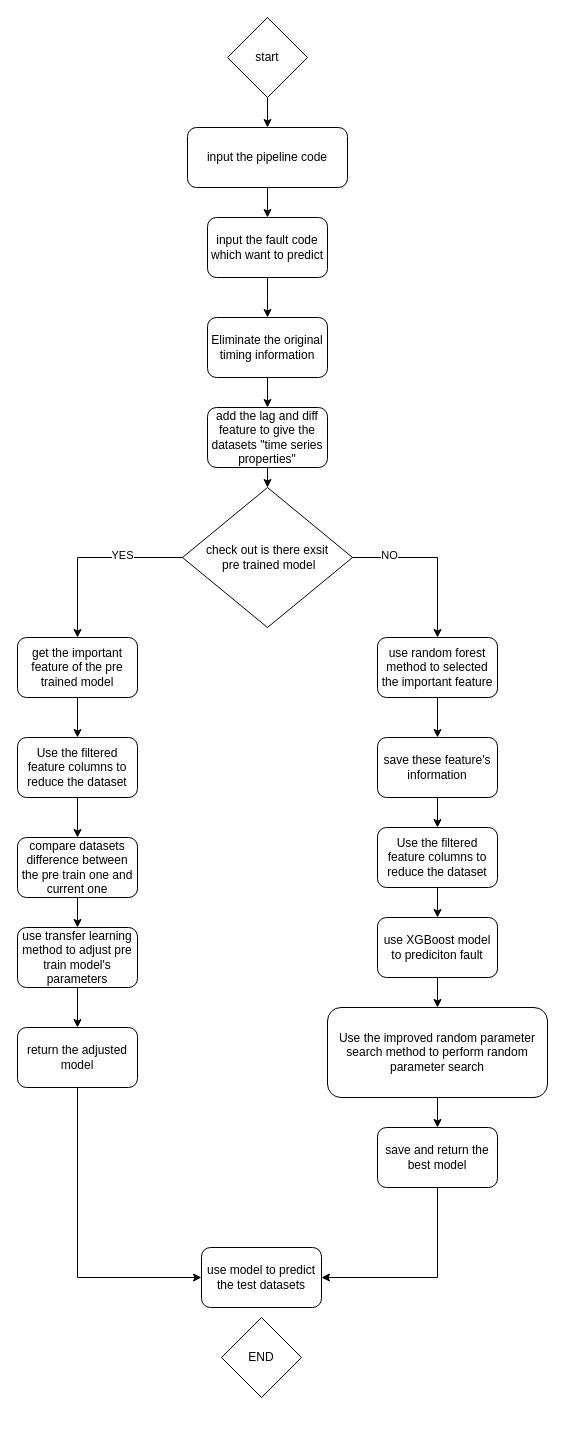
SheathedSharp/A-Time-Series-Data-Driven-RF-XGBoost-Hybrid-Migration-Learning-Model keeps this draw.io diagram as flow_chart.drawio. Above is the earlier version. Source tidied: cells renumbered, new cells numbered last; positions are measured from the earlier drawing's top-left corner, leaving out a move shared by most shapes. Both pictures are drawn from the tidied source at 100%, with x=0, y=0 at pixel (17, 17).
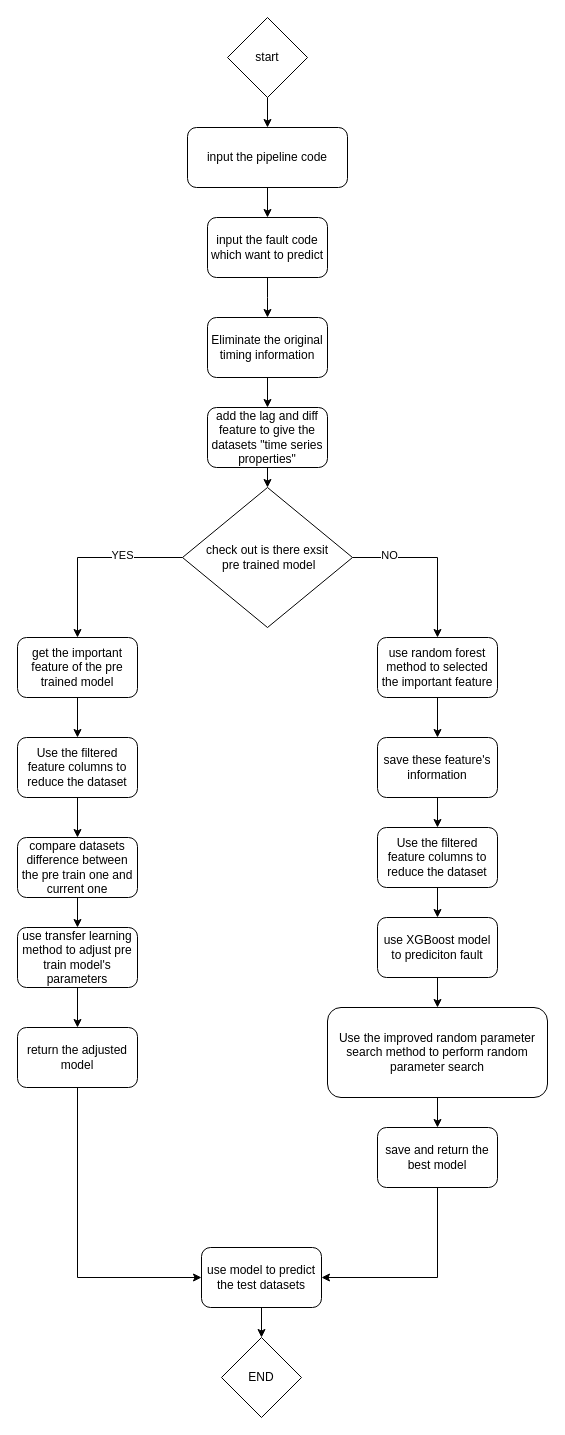
After the change.

The change refers to these unchanged cells:
```xml
<mxCell id="39" value="use model to predict the test datasets" style="whiteSpace=wrap;html=1;rounded=1;" parent="1" vertex="1">
  <mxGeometry x="184" y="1230" width="120" height="60" as="geometry" />
</mxCell>
```

Diff of the diagram source:
```diff
@@
+    <mxCell id="41" style="edgeStyle=orthogonalEdgeStyle;rounded=0;jettySize=auto;html=1;exitX=0.5;exitY=1;exitDx=0;exitDy=0;entryX=0.5;entryY=0;entryDx=0;entryDy=0;" parent="1" edge="1" source="39" target="40">
+      <mxGeometry relative="1" as="geometry" />
+    </mxCell>
@@
     <mxCell id="40" value="END" style="rhombus;whiteSpace=wrap;html=1;" parent="1" vertex="1">
-      <mxGeometry x="204" y="1300" width="80" height="80" as="geometry" />
+      <mxGeometry x="204" y="1320" width="80" height="80" as="geometry" />
     </mxCell>
```
